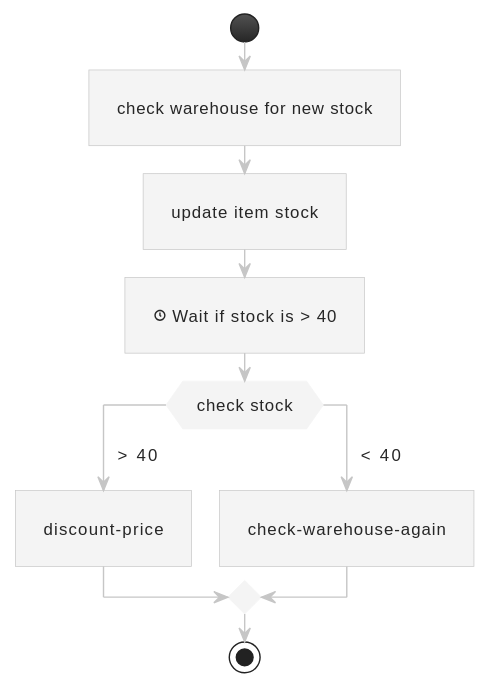
Earlier version of the PlantUML export example/check-warehouse.svg (sterlp/pmw).
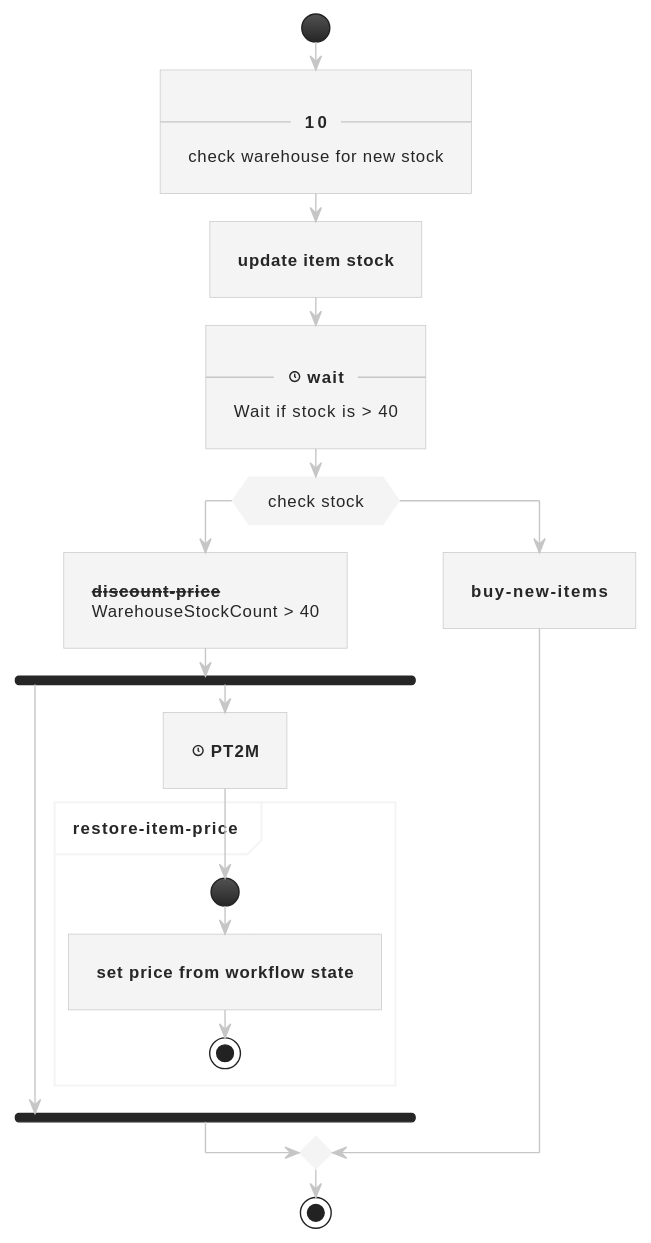
Later version of the same file.

The edit, as a diff of the source:
```diff
@@ -1,14 +1,26 @@
 @startuml
 !theme carbon-gray
 start
-:check warehouse for new stock;
-:update item stock;
-:<&clock> Wait if stock is > 40;
-switch (check stock)
-case (> 40)
-:discount-price;
-case (< 40)
-:check-warehouse-again;
-endswitch
+  :--**10**--
+  check warehouse for new stock;
+  :**update item stock**;
+  :--**<&clock> wait**--
+  Wait if stock is > 40;
+  switch ( check stock )
+    case ()
+      :--**discount-price**--
+      WarehouseStockCount > 40;
+      fork
+      fork again
+        :**<&clock> PT2M**;
+        partition "restore-item-price" {
+          start
+            :**set price from workflow state**;
+          stop
+        }
+      end fork
+    case ()
+      :**buy-new-items**;
+  endswitch
 stop
 @enduml
```
